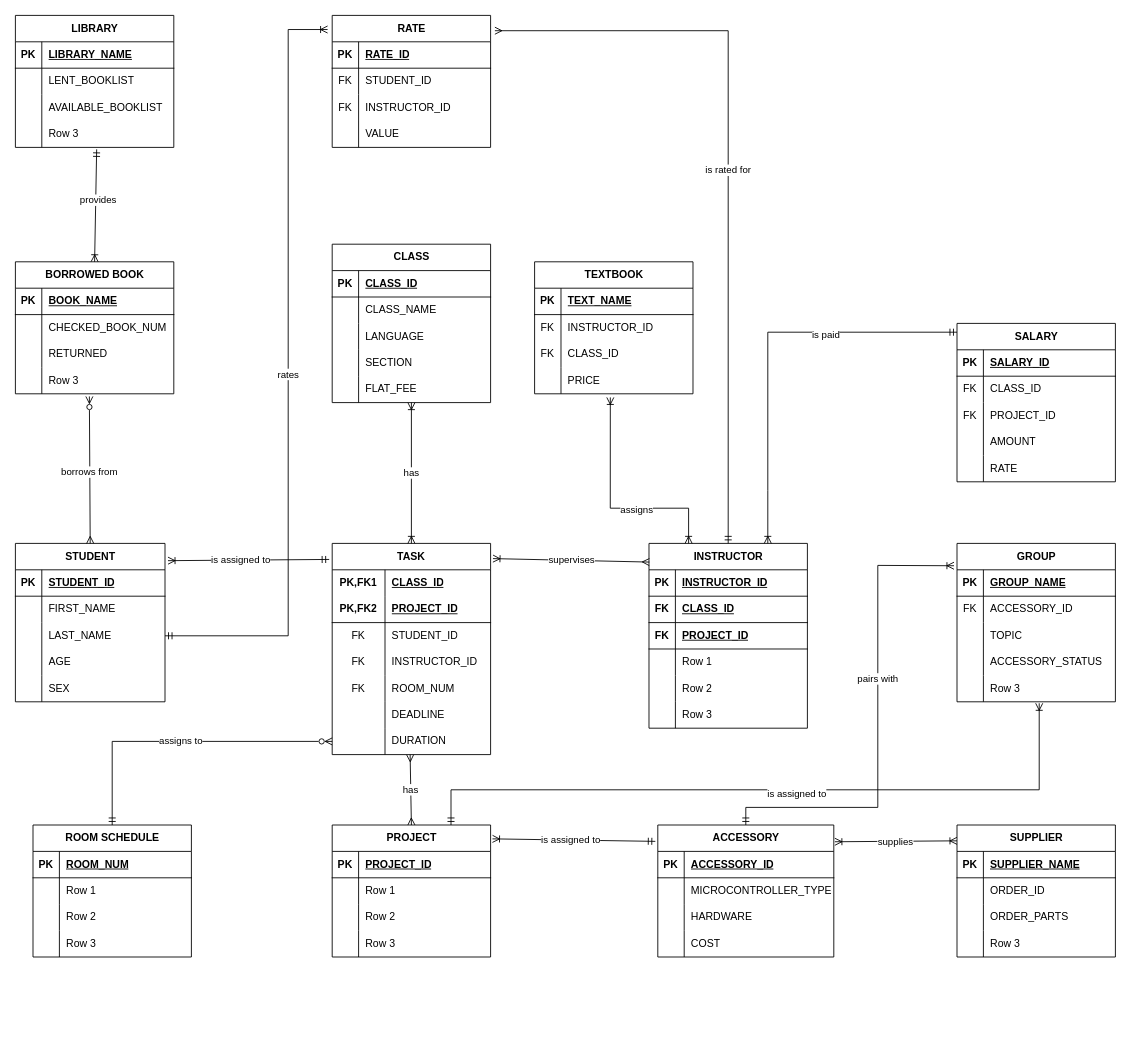
Above: ER1.drawio in XeuphoriaXL/novelai_colab_chs (draw.io), before the change. Source tidied: cells renumbered, new cells numbered last; positions are measured from the earlier drawing's top-left corner, leaving out a move shared by most shapes. Both pictures are drawn from the tidied source at 88%, with x=0, y=0 at pixel (15, 15).
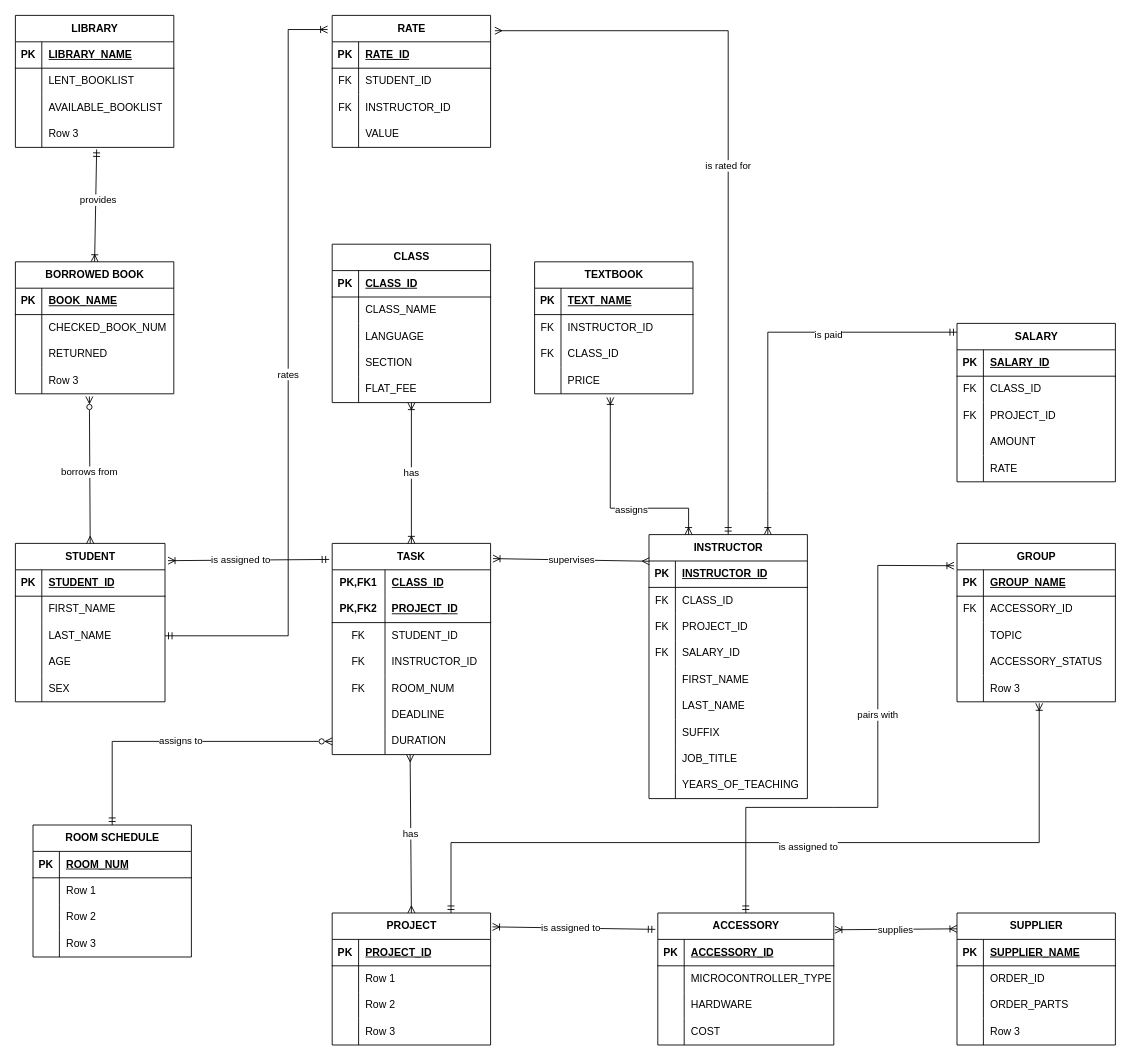
The same diagram, later.

The change refers to these unchanged cells:
```xml
<mxCell id="181" value="GROUP" style="shape=table;startSize=30;childLayout=tableLayout;rowLines=0;fontStyle=1;align=center;html=1;" parent="1" vertex="1">
  <mxGeometry x="1070" y="600" width="180" height="180" as="geometry" />
</mxCell>
<mxCell id="194" style="shape=tableRow;horizontal=0;startSize=0;swimlaneHead=0;swimlaneBody=0;fillColor=none;points=[[0,0.5],[1,0.5]];portConstraint=eastwest;top=0;left=0;right=0;bottom=0;" parent="181" vertex="1">
  <mxGeometry y="150" width="180" height="30" as="geometry" />
</mxCell>
```

Diff of the diagram source:
```diff
@@
     <mxCell id="58" value="PROJECT" style="shape=table;startSize=30;childLayout=tableLayout;rowLines=0;fontStyle=1;align=center;html=1;" parent="1" vertex="1">
-      <mxGeometry x="360" y="920" width="180" height="150" as="geometry" />
+      <mxGeometry x="360" y="1020" width="180" height="150" as="geometry" />
     </mxCell>
@@
     <mxCell id="73" value="INSTRUCTOR" style="shape=table;startSize=30;childLayout=tableLayout;rowLines=0;fontStyle=1;align=center;html=1;" parent="1" vertex="1">
-      <mxGeometry x="720" y="600" width="180" height="210" as="geometry" />
+      <mxGeometry x="720" y="590" width="180" height="300" as="geometry" />
     </mxCell>
@@
-    <mxCell id="77" style="shape=tableRow;horizontal=0;startSize=0;swimlaneHead=0;swimlaneBody=0;fillColor=none;top=0;left=0;right=0;bottom=1;" parent="73" vertex="1">
-      <mxGeometry y="60" width="180" height="30" as="geometry" />
-    </mxCell>
-    <mxCell id="78" value="FK" style="shape=partialRectangle;fillColor=none;top=0;left=0;bottom=0;right=0;fontStyle=1;overflow=hidden;whiteSpace=wrap;html=1;" parent="77" vertex="1">
-      <mxGeometry width="30" height="30" as="geometry" />
-    </mxCell>
-    <mxCell id="79" value="CLASS_ID" style="shape=partialRectangle;fillColor=none;top=0;left=0;bottom=0;right=0;align=left;spacingLeft=6;fontStyle=5;overflow=hidden;whiteSpace=wrap;html=1;" parent="77" vertex="1">
-      <mxGeometry x="30" width="150" height="30" as="geometry" />
-    </mxCell>
-    <mxCell id="80" style="shape=tableRow;horizontal=0;startSize=0;swimlaneHead=0;swimlaneBody=0;fillColor=none;top=0;left=0;right=0;bottom=1;" parent="73" vertex="1">
-      <mxGeometry y="90" width="180" height="30" as="geometry" />
-    </mxCell>
-    <mxCell id="81" value="FK" style="shape=partialRectangle;fillColor=none;top=0;left=0;bottom=0;right=0;fontStyle=1;overflow=hidden;whiteSpace=wrap;html=1;" parent="80" vertex="1">
-      <mxGeometry width="30" height="30" as="geometry" />
-    </mxCell>
-    <mxCell id="82" value="PROJECT_ID" style="shape=partialRectangle;fillColor=none;top=0;left=0;bottom=0;right=0;align=left;spacingLeft=6;fontStyle=5;overflow=hidden;whiteSpace=wrap;html=1;" parent="80" vertex="1">
-      <mxGeometry x="30" width="150" height="30" as="geometry" />
-    </mxCell>
     <mxCell id="83" style="shape=tableRow;horizontal=0;startSize=0;swimlaneHead=0;swimlaneBody=0;fillColor=none;top=0;left=0;right=0;bottom=0;" parent="73" vertex="1">
-      <mxGeometry y="120" width="180" height="30" as="geometry" />
+      <mxGeometry y="60" width="180" height="30" as="geometry" />
     </mxCell>
-    <mxCell id="84" style="shape=partialRectangle;fillColor=none;top=0;left=0;bottom=0;right=0;overflow=hidden;whiteSpace=wrap;html=1;" parent="83" vertex="1">
+    <mxCell id="84" value="FK" style="shape=partialRectangle;fillColor=none;top=0;left=0;bottom=0;right=0;overflow=hidden;whiteSpace=wrap;html=1;" parent="83" vertex="1">
       <mxGeometry width="30" height="30" as="geometry" />
     </mxCell>
-    <mxCell id="85" value="Row 1" style="shape=partialRectangle;fillColor=none;top=0;left=0;bottom=0;right=0;align=left;spacingLeft=6;overflow=hidden;whiteSpace=wrap;html=1;" parent="83" vertex="1">
+    <mxCell id="85" value="CLASS_ID" style="shape=partialRectangle;fillColor=none;top=0;left=0;bottom=0;right=0;align=left;spacingLeft=6;overflow=hidden;whiteSpace=wrap;html=1;" parent="83" vertex="1">
       <mxGeometry x="30" width="150" height="30" as="geometry" />
     </mxCell>
     <mxCell id="86" style="shape=tableRow;horizontal=0;startSize=0;swimlaneHead=0;swimlaneBody=0;fillColor=none;top=0;left=0;right=0;bottom=0;" parent="73" vertex="1">
-      <mxGeometry y="150" width="180" height="30" as="geometry" />
+      <mxGeometry y="90" width="180" height="30" as="geometry" />
     </mxCell>
-    <mxCell id="87" style="shape=partialRectangle;fillColor=none;top=0;left=0;bottom=0;right=0;overflow=hidden;whiteSpace=wrap;html=1;" parent="86" vertex="1">
+    <mxCell id="87" value="FK" style="shape=partialRectangle;fillColor=none;top=0;left=0;bottom=0;right=0;overflow=hidden;whiteSpace=wrap;html=1;" parent="86" vertex="1">
       <mxGeometry width="30" height="30" as="geometry" />
     </mxCell>
-    <mxCell id="88" value="Row 2" style="shape=partialRectangle;fillColor=none;top=0;left=0;bottom=0;right=0;align=left;spacingLeft=6;overflow=hidden;whiteSpace=wrap;html=1;" parent="86" vertex="1">
+    <mxCell id="88" value="PROJECT_ID" style="shape=partialRectangle;fillColor=none;top=0;left=0;bottom=0;right=0;align=left;spacingLeft=6;overflow=hidden;whiteSpace=wrap;html=1;" parent="86" vertex="1">
       <mxGeometry x="30" width="150" height="30" as="geometry" />
     </mxCell>
     <mxCell id="89" style="shape=tableRow;horizontal=0;startSize=0;swimlaneHead=0;swimlaneBody=0;fillColor=none;top=0;left=0;right=0;bottom=0;" parent="73" vertex="1">
-      <mxGeometry y="180" width="180" height="30" as="geometry" />
+      <mxGeometry y="120" width="180" height="30" as="geometry" />
     </mxCell>
-    <mxCell id="90" style="shape=partialRectangle;fillColor=none;top=0;left=0;bottom=0;right=0;overflow=hidden;whiteSpace=wrap;html=1;" parent="89" vertex="1">
+    <mxCell id="90" value="FK" style="shape=partialRectangle;fillColor=none;top=0;left=0;bottom=0;right=0;overflow=hidden;whiteSpace=wrap;html=1;" parent="89" vertex="1">
       <mxGeometry width="30" height="30" as="geometry" />
     </mxCell>
-    <mxCell id="91" value="Row 3" style="shape=partialRectangle;fillColor=none;top=0;left=0;bottom=0;right=0;align=left;spacingLeft=6;overflow=hidden;whiteSpace=wrap;html=1;" parent="89" vertex="1">
+    <mxCell id="91" value="SALARY_ID" style="shape=partialRectangle;fillColor=none;top=0;left=0;bottom=0;right=0;align=left;spacingLeft=6;overflow=hidden;whiteSpace=wrap;html=1;" parent="89" vertex="1">
       <mxGeometry x="30" width="150" height="30" as="geometry" />
     </mxCell>
+    <mxCell id="234" style="shape=tableRow;horizontal=0;startSize=0;swimlaneHead=0;swimlaneBody=0;fillColor=none;top=0;left=0;right=0;bottom=0;" parent="73" vertex="1">
+      <mxGeometry y="150" width="180" height="30" as="geometry" />
+    </mxCell>
+    <mxCell id="235" style="shape=partialRectangle;fillColor=none;top=0;left=0;bottom=0;right=0;overflow=hidden;whiteSpace=wrap;html=1;" parent="234" vertex="1">
+      <mxGeometry width="30" height="30" as="geometry" />
+    </mxCell>
+    <mxCell id="236" value="FIRST_NAME" style="shape=partialRectangle;fillColor=none;top=0;left=0;bottom=0;right=0;align=left;spacingLeft=6;overflow=hidden;whiteSpace=wrap;html=1;" parent="234" vertex="1">
+      <mxGeometry x="30" width="150" height="30" as="geometry" />
+    </mxCell>
+    <mxCell id="237" style="shape=tableRow;horizontal=0;startSize=0;swimlaneHead=0;swimlaneBody=0;fillColor=none;top=0;left=0;right=0;bottom=0;" parent="73" vertex="1">
+      <mxGeometry y="180" width="180" height="30" as="geometry" />
+    </mxCell>
+    <mxCell id="238" style="shape=partialRectangle;fillColor=none;top=0;left=0;bottom=0;right=0;overflow=hidden;whiteSpace=wrap;html=1;" parent="237" vertex="1">
+      <mxGeometry width="30" height="30" as="geometry" />
+    </mxCell>
+    <mxCell id="239" value="LAST_NAME" style="shape=partialRectangle;fillColor=none;top=0;left=0;bottom=0;right=0;align=left;spacingLeft=6;overflow=hidden;whiteSpace=wrap;html=1;" parent="237" vertex="1">
+      <mxGeometry x="30" width="150" height="30" as="geometry" />
+    </mxCell>
+    <mxCell id="240" style="shape=tableRow;horizontal=0;startSize=0;swimlaneHead=0;swimlaneBody=0;fillColor=none;top=0;left=0;right=0;bottom=0;" parent="73" vertex="1">
+      <mxGeometry y="210" width="180" height="30" as="geometry" />
+    </mxCell>
+    <mxCell id="241" style="shape=partialRectangle;fillColor=none;top=0;left=0;bottom=0;right=0;overflow=hidden;whiteSpace=wrap;html=1;" parent="240" vertex="1">
+      <mxGeometry width="30" height="30" as="geometry" />
+    </mxCell>
+    <mxCell id="242" value="SUFFIX" style="shape=partialRectangle;fillColor=none;top=0;left=0;bottom=0;right=0;align=left;spacingLeft=6;overflow=hidden;whiteSpace=wrap;html=1;" parent="240" vertex="1">
+      <mxGeometry x="30" width="150" height="30" as="geometry" />
+    </mxCell>
+    <mxCell id="243" style="shape=tableRow;horizontal=0;startSize=0;swimlaneHead=0;swimlaneBody=0;fillColor=none;top=0;left=0;right=0;bottom=0;" parent="73" vertex="1">
+      <mxGeometry y="240" width="180" height="30" as="geometry" />
+    </mxCell>
+    <mxCell id="244" style="shape=partialRectangle;fillColor=none;top=0;left=0;bottom=0;right=0;overflow=hidden;whiteSpace=wrap;html=1;" parent="243" vertex="1">
+      <mxGeometry width="30" height="30" as="geometry" />
+    </mxCell>
+    <mxCell id="245" value="JOB_TITLE" style="shape=partialRectangle;fillColor=none;top=0;left=0;bottom=0;right=0;align=left;spacingLeft=6;overflow=hidden;whiteSpace=wrap;html=1;" parent="243" vertex="1">
+      <mxGeometry x="30" width="150" height="30" as="geometry" />
+    </mxCell>
+    <mxCell id="246" style="shape=tableRow;horizontal=0;startSize=0;swimlaneHead=0;swimlaneBody=0;fillColor=none;top=0;left=0;right=0;bottom=0;" parent="73" vertex="1">
+      <mxGeometry y="270" width="180" height="30" as="geometry" />
+    </mxCell>
+    <mxCell id="247" style="shape=partialRectangle;fillColor=none;top=0;left=0;bottom=0;right=0;overflow=hidden;whiteSpace=wrap;html=1;" parent="246" vertex="1">
+      <mxGeometry width="30" height="30" as="geometry" />
+    </mxCell>
+    <mxCell id="248" value="YEARS_OF_TEACHING" style="shape=partialRectangle;fillColor=none;top=0;left=0;bottom=0;right=0;align=left;spacingLeft=6;overflow=hidden;whiteSpace=wrap;html=1;" parent="246" vertex="1">
+      <mxGeometry x="30" width="150" height="30" as="geometry" />
+    </mxCell>
@@
     <mxCell id="93" value="ACCESSORY" style="shape=table;startSize=30;childLayout=tableLayout;rowLines=0;fontStyle=1;align=center;html=1;" parent="1" vertex="1">
-      <mxGeometry x="730" y="920" width="200" height="150" as="geometry" />
+      <mxGeometry x="730" y="1020" width="200" height="150" as="geometry" />
     </mxCell>
@@
     <mxCell id="108" value="SUPPLIER" style="shape=table;startSize=30;childLayout=tableLayout;rowLines=0;fontStyle=1;align=center;html=1;" parent="1" vertex="1">
-      <mxGeometry x="1070" y="920" width="180" height="150" as="geometry" />
+      <mxGeometry x="1070" y="1020" width="180" height="150" as="geometry" />
     </mxCell>
@@
     <mxCell id="197" style="endArrow=ERoneToMany;html=1;rounded=0;entryX=0.519;entryY=1.056;entryDx=0;entryDy=0;exitX=0.75;exitY=0;exitDx=0;exitDy=0;edgeStyle=elbowEdgeStyle;elbow=vertical;entryPerimeter=0;startArrow=ERmandOne;startFill=0;endFill=0;" parent="1" edge="1" source="58" target="194">
       <mxGeometry relative="1" as="geometry">
         <Array as="points">
+          <mxPoint x="1050" y="940" />
           <mxPoint x="1060" y="880" />
           <mxPoint x="1100" y="870" />
           <mxPoint x="860" y="840" />
         </Array>
       </mxGeometry>
     </mxCell>
@@
     <mxCell id="199" style="endArrow=ERmandOne;html=1;entryX=0.5;entryY=0;entryDx=0;entryDy=0;elbow=vertical;rounded=0;exitX=-0.019;exitY=0.141;exitDx=0;exitDy=0;exitPerimeter=0;startArrow=ERoneToMany;startFill=0;endFill=0;" parent="1" edge="1" source="181" target="93">
       <mxGeometry relative="1" as="geometry">
         <Array as="points">
           <mxPoint x="980" y="625" />
           <mxPoint x="980" y="900" />
+          <mxPoint x="930" y="900" />
           <mxPoint x="830" y="900" />
+          <mxPoint x="830" y="940" />
         </Array>
       </mxGeometry>
     </mxCell>
```
